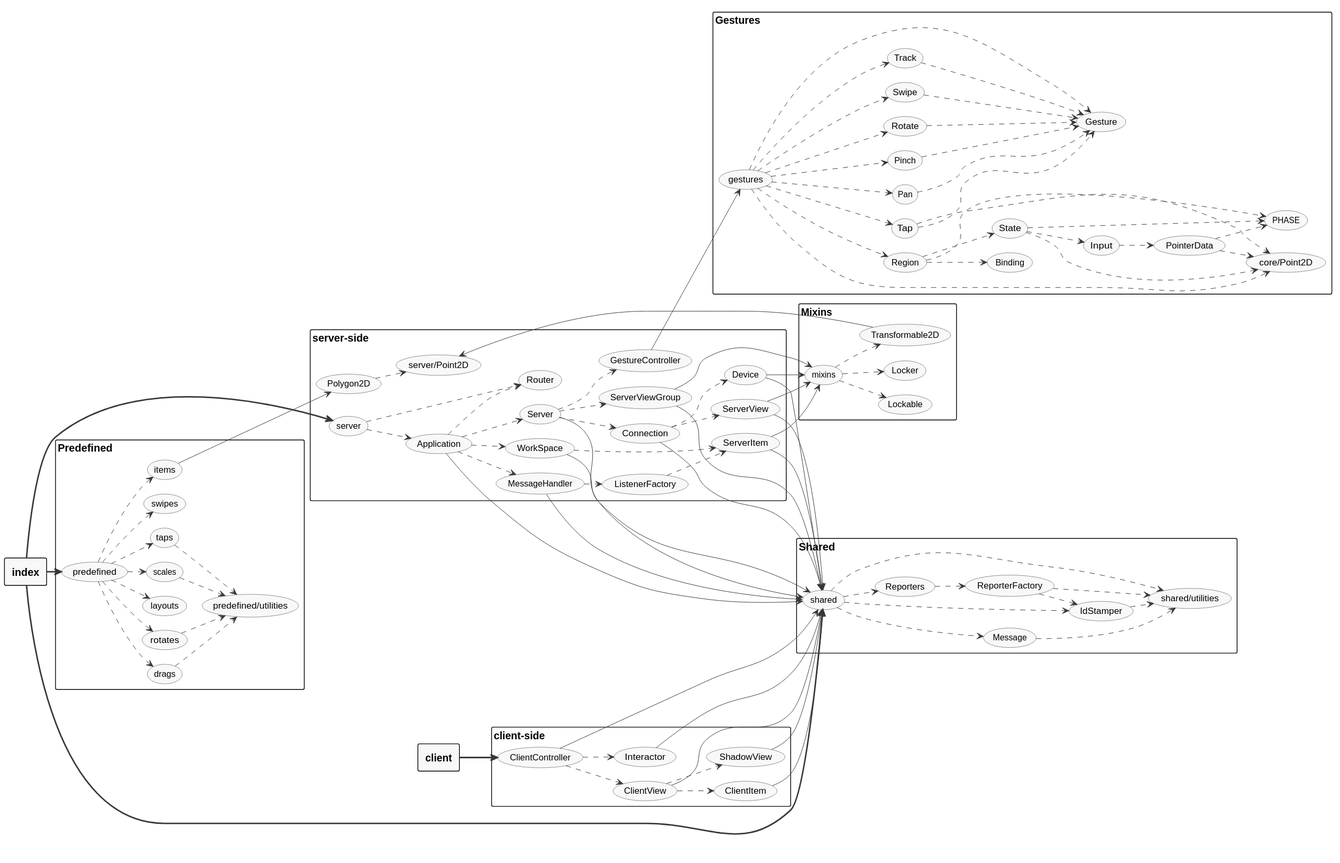
The PlantUML diagram arkit.svg in hcilab/wams, before a commit. Its diagram source:
```plantuml
@startuml
scale max 1920 width
left to right direction

skinparam monochrome true
skinparam shadowing false
skinparam nodesep 20
skinparam ranksep 20
skinparam defaultFontName Tahoma
skinparam defaultFontSize 14
skinparam roundCorner 4
skinparam dpi 150
skinparam arrowThickness 0.7
skinparam packageTitleAlignment left

skinparam usecase {
  borderThickness 0.4
  fontSize 12
}

skinparam rectangle {
  borderThickness 1
}


rectangle "<b>client</b>" as client
rectangle "<b>index</b>" as index

rectangle "client-side" {
  (ClientController)
  (ClientItem)
  (ClientView)
  (Interactor)
  (ShadowView)
}

rectangle "server-side" {
  (Application)
  (Connection)
  (Device)
  (GestureController)
  (ListenerFactory)
  (MessageHandler)
  (Polygon2D)
  (Router)
  (server)
  (Server)
  (server/Point2D)
  (ServerItem)
  (ServerView)
  (ServerViewGroup)
  (WorkSpace)
}

rectangle "Predefined" {
  (drags)
  (items)
  (layouts)
  (predefined)
  (predefined/utilities)
  (rotates)
  (scales)
  (swipes)
  (taps)
}

rectangle "Mixins" {
  (Lockable)
  (Locker)
  (mixins)
  (Transformable2D)
}

rectangle "Shared" {
  (IdStamper)
  (Message)
  (ReporterFactory)
  (Reporters)
  (shared)
  (shared/utilities)
}

rectangle "Gestures" {
  (Binding)
  (core/Point2D)
  (Gesture)
  (gestures)
  (Input)
  (Pan)
  (PHASE)
  (Pinch)
  (PointerData)
  (Region)
  (Rotate)
  (State)
  (Swipe)
  (Tap)
  (Track)
}

(Application) ..> (MessageHandler)
(Application) ..> (Router)
(Application) ..> (Server)
(Application) --> (shared)
(Application) ..> (WorkSpace)
client ==> (ClientController)
(ClientController) ..> (ClientView)
(ClientController) ..> (Interactor)
(ClientController) --> (shared)
(ClientItem) --> (shared)
(ClientView) ..> (ClientItem)
(ClientView) ..> (ShadowView)
(ClientView) --> (shared)
(Connection) ..> (Device)
(Connection) ..> (ServerView)
(Connection) --> (shared)
(Device) --> (mixins)
(Device) --> (shared)
(drags) ..> (predefined/utilities)
(GestureController) --> (gestures)
(gestures) ...> (core/Point2D)
(gestures) ...> (Gesture)
(gestures) ...> (Pan)
(gestures) ...> (Pinch)
(gestures) ...> (Region)
(gestures) ...> (Rotate)
(gestures) ...> (Swipe)
(gestures) ...> (Tap)
(gestures) ...> (Track)
(IdStamper) ..> (shared/utilities)
index ==> (predefined)
index ==> (server)
index ==> (shared)
(Input) ..> (PointerData)
(Interactor) --> (shared)
(items) ---> (Polygon2D)
(ListenerFactory) ..> (ServerItem)
(Message) ..> (shared/utilities)
(MessageHandler) ..> (ListenerFactory)
(MessageHandler) --> (shared)
(mixins) ..> (Lockable)
(mixins) ..> (Locker)
(mixins) ..> (Transformable2D)
(Pan) ...> (Gesture)
(Pinch) ...> (Gesture)
(PointerData) ..> (core/Point2D)
(PointerData) ..> (PHASE)
(Polygon2D) ..> (server/Point2D)
(predefined) ..> (drags)
(predefined) ..> (items)
(predefined) ..> (layouts)
(predefined) ..> (rotates)
(predefined) ..> (scales)
(predefined) ..> (swipes)
(predefined) ..> (taps)
(Region) ..> (Binding)
(Region) ..> (PHASE)
(Region) ..> (State)
(ReporterFactory) ..> (IdStamper)
(ReporterFactory) ..> (shared/utilities)
(Reporters) ..> (ReporterFactory)
(Rotate) ...> (Gesture)
(rotates) ..> (predefined/utilities)
(scales) ..> (predefined/utilities)
(server) ..> (Application)
(server) ..> (Router)
(Server) ..> (Connection)
(Server) ..> (GestureController)
(Server) ..> (ServerViewGroup)
(Server) --> (shared)
(ServerItem) --> (mixins)
(ServerItem) --> (shared)
(ServerView) --> (mixins)
(ServerView) --> (shared)
(ServerViewGroup) --> (mixins)
(ServerViewGroup) --> (shared)
(ShadowView) --> (shared)
(shared) ..> (IdStamper)
(shared) ..> (Message)
(shared) ..> (Reporters)
(shared) ..> (shared/utilities)
(State) ..> (core/Point2D)
(State) ..> (Input)
(State) ..> (PHASE)
(Swipe) ...> (Gesture)
(Tap) ...> (core/Point2D)
(Tap) ...> (Gesture)
(taps) ..> (predefined/utilities)
(Track) ...> (Gesture)
(Transformable2D) ---> (server/Point2D)
(WorkSpace) ..> (ServerItem)
(WorkSpace) --> (shared)
@enduml
```
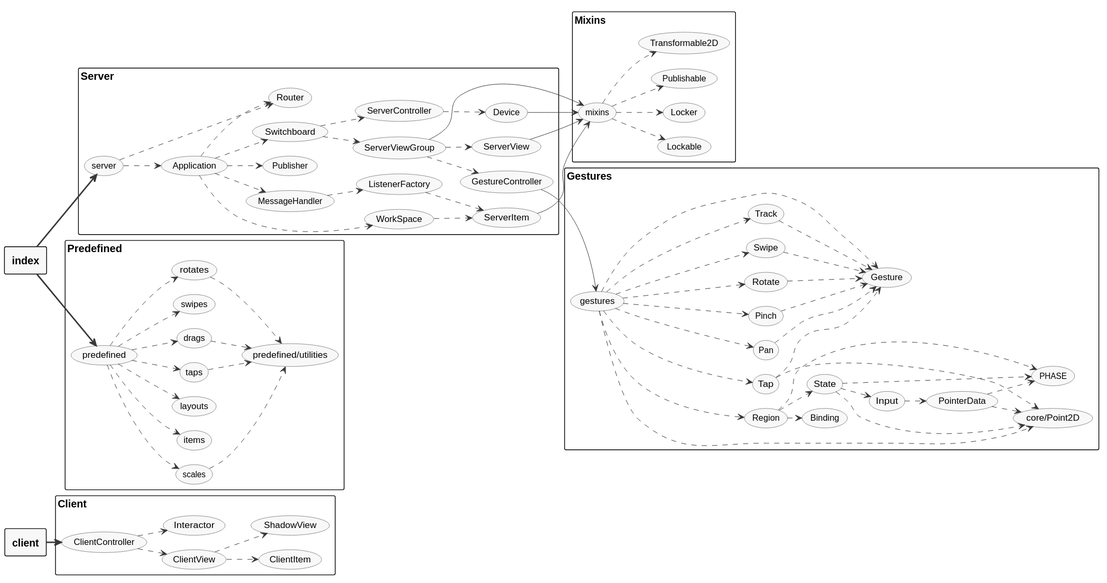
The same diagram one commit later.

Commit message:
Remove 'shared' module from arkit graph

Maybe just for now. This clears things up a bit because just about every
class has a reference to the shared module.

Diff of the diagram source:
```diff
@@ -26,7 +26,7 @@
 rectangle "<b>client</b>" as client
 rectangle "<b>index</b>" as index
 
-rectangle "client-side" {
+rectangle "Client" {
   (ClientController)
   (ClientItem)
   (ClientView)
@@ -34,21 +34,20 @@
   (ShadowView)
 }
 
-rectangle "server-side" {
+rectangle "Server" {
   (Application)
-  (Connection)
   (Device)
   (GestureController)
   (ListenerFactory)
   (MessageHandler)
-  (Polygon2D)
+  (Publisher)
   (Router)
   (server)
-  (Server)
-  (server/Point2D)
+  (ServerController)
   (ServerItem)
   (ServerView)
   (ServerViewGroup)
+  (Switchboard)
   (WorkSpace)
 }
 
@@ -68,17 +67,10 @@
   (Lockable)
   (Locker)
   (mixins)
+  (Publishable)
   (Transformable2D)
 }
 
-rectangle "Shared" {
-  (IdStamper)
-  (Message)
-  (ReporterFactory)
-  (Reporters)
-  (shared)
-  (shared/utilities)
-}
 
 rectangle "Gestures" {
   (Binding)
@@ -99,23 +91,16 @@
 }
 
 (Application) ..> (MessageHandler)
+(Application) ..> (Publisher)
 (Application) ..> (Router)
-(Application) ..> (Server)
-(Application) --> (shared)
+(Application) ..> (Switchboard)
 (Application) ..> (WorkSpace)
 client ==> (ClientController)
 (ClientController) ..> (ClientView)
 (ClientController) ..> (Interactor)
-(ClientController) --> (shared)
-(ClientItem) --> (shared)
 (ClientView) ..> (ClientItem)
 (ClientView) ..> (ShadowView)
-(ClientView) --> (shared)
-(Connection) ..> (Device)
-(Connection) ..> (ServerView)
-(Connection) --> (shared)
 (Device) --> (mixins)
-(Device) --> (shared)
 (drags) ..> (predefined/utilities)
 (GestureController) --> (gestures)
 (gestures) ...> (core/Point2D)
@@ -127,25 +112,19 @@
 (gestures) ...> (Swipe)
 (gestures) ...> (Tap)
 (gestures) ...> (Track)
-(IdStamper) ..> (shared/utilities)
 index ==> (predefined)
 index ==> (server)
-index ==> (shared)
 (Input) ..> (PointerData)
-(Interactor) --> (shared)
-(items) ---> (Polygon2D)
 (ListenerFactory) ..> (ServerItem)
-(Message) ..> (shared/utilities)
 (MessageHandler) ..> (ListenerFactory)
-(MessageHandler) --> (shared)
 (mixins) ..> (Lockable)
 (mixins) ..> (Locker)
+(mixins) ..> (Publishable)
 (mixins) ..> (Transformable2D)
 (Pan) ...> (Gesture)
 (Pinch) ...> (Gesture)
 (PointerData) ..> (core/Point2D)
 (PointerData) ..> (PHASE)
-(Polygon2D) ..> (server/Point2D)
 (predefined) ..> (drags)
 (predefined) ..> (items)
 (predefined) ..> (layouts)
@@ -156,38 +135,26 @@
 (Region) ..> (Binding)
 (Region) ..> (PHASE)
 (Region) ..> (State)
-(ReporterFactory) ..> (IdStamper)
-(ReporterFactory) ..> (shared/utilities)
-(Reporters) ..> (ReporterFactory)
 (Rotate) ...> (Gesture)
 (rotates) ..> (predefined/utilities)
 (scales) ..> (predefined/utilities)
 (server) ..> (Application)
 (server) ..> (Router)
-(Server) ..> (Connection)
-(Server) ..> (GestureController)
-(Server) ..> (ServerViewGroup)
-(Server) --> (shared)
+(ServerController) ..> (Device)
 (ServerItem) --> (mixins)
-(ServerItem) --> (shared)
 (ServerView) --> (mixins)
-(ServerView) --> (shared)
+(ServerViewGroup) ..> (GestureController)
 (ServerViewGroup) --> (mixins)
-(ServerViewGroup) --> (shared)
-(ShadowView) --> (shared)
-(shared) ..> (IdStamper)
-(shared) ..> (Message)
-(shared) ..> (Reporters)
-(shared) ..> (shared/utilities)
+(ServerViewGroup) ..> (ServerView)
 (State) ..> (core/Point2D)
 (State) ..> (Input)
 (State) ..> (PHASE)
 (Swipe) ...> (Gesture)
+(Switchboard) ..> (ServerController)
+(Switchboard) ..> (ServerViewGroup)
 (Tap) ...> (core/Point2D)
 (Tap) ...> (Gesture)
 (taps) ..> (predefined/utilities)
 (Track) ...> (Gesture)
-(Transformable2D) ---> (server/Point2D)
 (WorkSpace) ..> (ServerItem)
-(WorkSpace) --> (shared)
 @enduml
```
